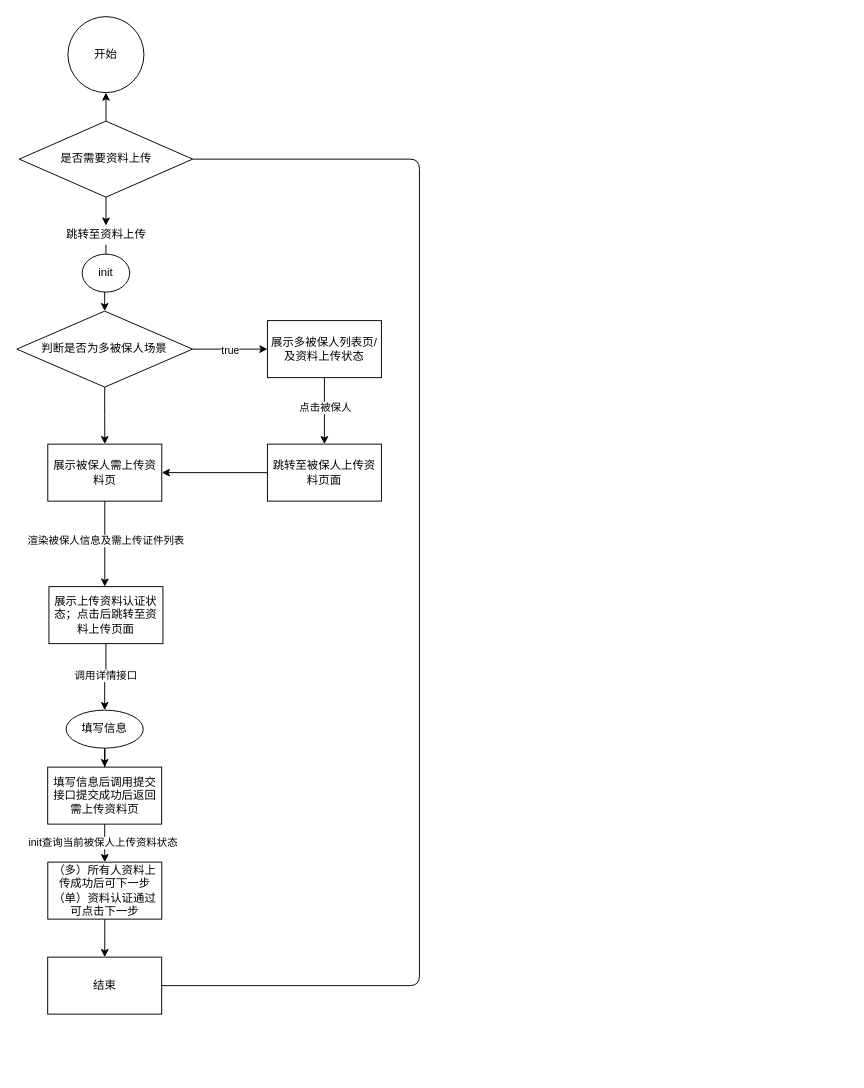
The draw.io diagram Untitled Diagram.drawio in 18845148352/Hty_zz, before the edit. Source tidied: cells renumbered, new cells numbered last; positions are measured from the earlier drawing's top-left corner, leaving out a move shared by most shapes. Both pictures are drawn from the tidied source at 95%, with x=0, y=0 at pixel (16, 16).
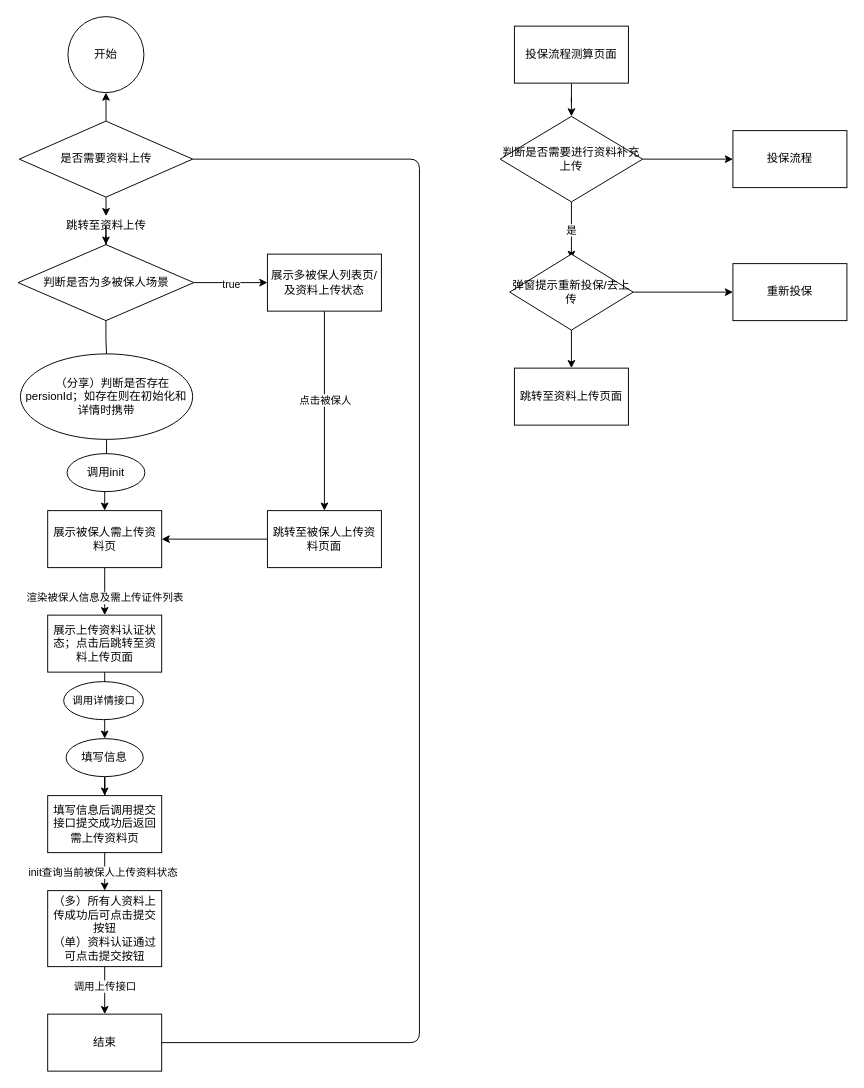
The same diagram, later.

Unchanged cells that the change refers to:
```xml
<mxCell id="5" value="是否需要资料上传" style="rhombus;whiteSpace=wrap;html=1;" parent="1" vertex="1">
  <mxGeometry x="2.8" y="110" width="182.5" height="80" as="geometry" />
</mxCell>
<mxCell id="22" style="edgeStyle=orthogonalEdgeStyle;rounded=0;jettySize=auto;html=1;" parent="1" edge="1" source="24" target="26">
  <mxGeometry relative="1" as="geometry" />
</mxCell>
<mxCell id="30" style="edgeStyle=orthogonalEdgeStyle;rounded=0;jettySize=auto;html=1;" parent="1" edge="1" source="31" target="6">
  <mxGeometry relative="1" as="geometry" />
</mxCell>
```

The edit, as a diff of the source:
```diff
@@
-    <mxCell id="4" style="edgeStyle=orthogonalEdgeStyle;rounded=0;jettySize=auto;html=1;" parent="1" edge="1" source="5" target="8">
-      <mxGeometry relative="1" as="geometry" />
+    <mxCell id="4" style="edgeStyle=orthogonalEdgeStyle;rounded=0;jettySize=auto;html=1;" parent="1" edge="1" source="5">
+      <mxGeometry relative="1" as="geometry">
+        <mxPoint x="94" y="210" as="targetPoint" />
+      </mxGeometry>
     </mxCell>
@@
     <mxCell id="6" value="结束" style="rounded=0;whiteSpace=wrap;html=1;" parent="1" vertex="1">
-      <mxGeometry x="32.7" y="990" width="120" height="60" as="geometry" />
+      <mxGeometry x="32.7" y="1050" width="120" height="60" as="geometry" />
     </mxCell>
@@
     <mxCell id="8" value="跳转至资料上传" style="text;html=1;align=center;verticalAlign=middle;points=[];strokeColor=none;fillColor=none;" parent="1" vertex="1">
-      <mxGeometry x="44" y="220" width="100" height="20" as="geometry" />
+      <mxGeometry x="44" y="210" width="100" height="20" as="geometry" />
     </mxCell>
@@
-    <mxCell id="11" style="edgeStyle=orthogonalEdgeStyle;rounded=0;jettySize=auto;html=1;" parent="1" edge="1" source="12" target="19">
+    <mxCell id="11" style="edgeStyle=orthogonalEdgeStyle;rounded=0;jettySize=auto;html=1;startArrow=none;" parent="1" edge="1" source="13" target="19">
       <mxGeometry relative="1" as="geometry" />
     </mxCell>
     <mxCell id="12" value="判断是否为多被保人场景" style="rhombus;whiteSpace=wrap;html=1;" parent="1" vertex="1">
-      <mxGeometry x="0.2" y="310" width="185" height="80" as="geometry" />
+      <mxGeometry x="1.5" y="240" width="185" height="80" as="geometry" />
     </mxCell>
-    <mxCell id="13" value="init" style="ellipse;whiteSpace=wrap;html=1;" parent="1" vertex="1">
-      <mxGeometry x="69" y="250" width="50" height="40" as="geometry" />
-    </mxCell>
@@
     <mxCell id="16" value="展示多被保人列表页/及资料上传状态" style="rounded=0;whiteSpace=wrap;html=1;" parent="1" vertex="1">
-      <mxGeometry x="264" y="320" width="120" height="60" as="geometry" />
+      <mxGeometry x="264" y="250" width="120" height="60" as="geometry" />
     </mxCell>
-    <mxCell id="17" style="edgeStyle=orthogonalEdgeStyle;rounded=0;jettySize=auto;html=1;" parent="1" edge="1" source="19">
-      <mxGeometry relative="1" as="geometry">
-        <mxPoint x="92.8" y="600" as="targetPoint" />
-      </mxGeometry>
+    <mxCell id="17" style="edgeStyle=orthogonalEdgeStyle;rounded=0;jettySize=auto;html=1;entryX=0.5;entryY=0;entryDx=0;entryDy=0;" parent="1" edge="1" source="19" target="24">
+      <mxGeometry relative="1" as="geometry" />
     </mxCell>
     <mxCell id="18" value="渲染被保人信息及需上传证件列表&lt;br&gt;" style="edgeLabel;html=1;align=center;verticalAlign=middle;" parent="17" vertex="1">
-      <mxGeometry x="-0.09" y="1" relative="1" as="geometry" />
+      <mxGeometry x="-0.09" y="1" relative="1" as="geometry">
+        <mxPoint x="-1" y="8" as="offset" />
+      </mxGeometry>
     </mxCell>
     <mxCell id="19" value="展示被保人需上传资料页&lt;br&gt;" style="whiteSpace=wrap;html=1;" parent="1" vertex="1">
-      <mxGeometry x="32.8" y="450" width="120" height="60" as="geometry" />
+      <mxGeometry x="32.7" y="520" width="120" height="60" as="geometry" />
     </mxCell>
@@
     <mxCell id="21" value="跳转至被保人上传资料页面" style="whiteSpace=wrap;html=1;rounded=0;" parent="1" vertex="1">
-      <mxGeometry x="264" y="450" width="120" height="60" as="geometry" />
+      <mxGeometry x="264" y="520" width="120" height="60" as="geometry" />
     </mxCell>
@@
-    <mxCell id="23" value="调用详情接口&lt;br&gt;" style="edgeLabel;html=1;align=center;verticalAlign=middle;" parent="22" vertex="1">
-      <mxGeometry x="-0.08" y="-1" relative="1" as="geometry" />
-    </mxCell>
     <mxCell id="24" value="展示上传资料认证状态；点击后跳转至资料上传页面" style="rounded=0;whiteSpace=wrap;html=1;" parent="1" vertex="1">
-      <mxGeometry x="34" y="600" width="120" height="60" as="geometry" />
+      <mxGeometry x="32.7" y="630" width="120" height="60" as="geometry" />
     </mxCell>
@@
     <mxCell id="26" value="填写信息" style="ellipse;whiteSpace=wrap;html=1;rounded=0;" parent="1" vertex="1">
-      <mxGeometry x="52.1" y="730" width="81.2" height="40" as="geometry" />
+      <mxGeometry x="52.1" y="760" width="81.2" height="40" as="geometry" />
     </mxCell>
@@
     <mxCell id="29" value="填写信息后调用提交接口提交成功后返回需上传资料页&lt;br&gt;" style="rounded=0;whiteSpace=wrap;html=1;" parent="1" vertex="1">
-      <mxGeometry x="32.7" y="790" width="120" height="60" as="geometry" />
+      <mxGeometry x="32.7" y="820" width="120" height="60" as="geometry" />
     </mxCell>
@@
+    <mxCell id="33" value="调用上传接口&lt;br&gt;" style="edgeLabel;html=1;align=center;verticalAlign=middle;" parent="30" vertex="1">
+      <mxGeometry x="-0.2" relative="1" as="geometry" />
+    </mxCell>
-    <mxCell id="31" value="（多）所有人资料上传成功后可下一步&lt;br&gt;（单）资料认证通过可点击下一步" style="rounded=0;whiteSpace=wrap;html=1;" parent="1" vertex="1">
-      <mxGeometry x="32.8" y="890" width="120" height="60" as="geometry" />
+    <mxCell id="31" value="（多）所有人资料上传成功后可点击提交按钮&lt;br&gt;（单）资料认证通过可点击提交按钮" style="rounded=0;whiteSpace=wrap;html=1;" parent="1" vertex="1">
+      <mxGeometry x="32.7" y="920" width="120" height="80" as="geometry" />
     </mxCell>
     <mxCell id="32" style="endArrow=none;html=1;exitX=1;exitY=0.5;exitDx=0;exitDy=0;entryX=1;entryY=0.5;entryDx=0;entryDy=0;" parent="1" edge="1" source="5" target="6">
       <mxGeometry relative="1" as="geometry">
         <Array as="points">
           <mxPoint x="424" y="150" />
           <mxPoint x="424" y="1020" />
+          <mxPoint x="424" y="1080" />
         </Array>
       </mxGeometry>
     </mxCell>
+    <mxCell id="34" style="edgeStyle=orthogonalEdgeStyle;rounded=0;jettySize=auto;html=1;" parent="1" edge="1" source="35" target="38">
+      <mxGeometry relative="1" as="geometry" />
+    </mxCell>
+    <mxCell id="35" value="投保流程测算页面" style="rounded=0;whiteSpace=wrap;html=1;" parent="1" vertex="1">
+      <mxGeometry x="524" y="10" width="120" height="60" as="geometry" />
+    </mxCell>
+    <mxCell id="36" value="是&lt;br&gt;" style="edgeStyle=orthogonalEdgeStyle;rounded=0;jettySize=auto;html=1;" parent="1" edge="1" source="38">
+      <mxGeometry relative="1" as="geometry">
+        <mxPoint x="584" y="255" as="targetPoint" />
+      </mxGeometry>
+    </mxCell>
+    <mxCell id="37" style="edgeStyle=orthogonalEdgeStyle;rounded=0;jettySize=auto;html=1;" parent="1" edge="1" source="38" target="39">
+      <mxGeometry relative="1" as="geometry" />
+    </mxCell>
+    <mxCell id="38" value="判断是否需要进行资料补充上传" style="rhombus;whiteSpace=wrap;html=1;" parent="1" vertex="1">
+      <mxGeometry x="509" y="105" width="150" height="90" as="geometry" />
+    </mxCell>
+    <mxCell id="39" value="投保流程" style="whiteSpace=wrap;html=1;" parent="1" vertex="1">
+      <mxGeometry x="754" y="120" width="120" height="60" as="geometry" />
+    </mxCell>
+    <mxCell id="40" style="edgeStyle=orthogonalEdgeStyle;rounded=0;jettySize=auto;html=1;" parent="1" edge="1" source="42" target="43">
+      <mxGeometry relative="1" as="geometry" />
+    </mxCell>
+    <mxCell id="41" style="edgeStyle=orthogonalEdgeStyle;rounded=0;jettySize=auto;html=1;" parent="1" edge="1" source="42" target="44">
+      <mxGeometry relative="1" as="geometry" />
+    </mxCell>
+    <mxCell id="42" value="&lt;span&gt;弹窗提示重新投保/去上传&lt;/span&gt;" style="rhombus;whiteSpace=wrap;html=1;" parent="1" vertex="1">
+      <mxGeometry x="519" y="250" width="130" height="80" as="geometry" />
+    </mxCell>
+    <mxCell id="43" value="跳转至资料上传页面" style="whiteSpace=wrap;html=1;" parent="1" vertex="1">
+      <mxGeometry x="524" y="370" width="120" height="60" as="geometry" />
+    </mxCell>
+    <mxCell id="44" value="重新投保&lt;br&gt;" style="whiteSpace=wrap;html=1;" parent="1" vertex="1">
+      <mxGeometry x="754" y="260" width="120" height="60" as="geometry" />
+    </mxCell>
+    <mxCell id="13" value="&amp;nbsp; &amp;nbsp; （分享）判断是否存在persionId；如存在则在初始化和详情时携带" style="ellipse;whiteSpace=wrap;html=1;" parent="1" vertex="1">
+      <mxGeometry x="4" y="355" width="181.3" height="90" as="geometry" />
+    </mxCell>
+    <mxCell id="45" style="edgeStyle=orthogonalEdgeStyle;rounded=0;jettySize=auto;html=1;endArrow=none;" parent="1" edge="1" source="12" target="13">
+      <mxGeometry relative="1" as="geometry" />
+    </mxCell>
+    <mxCell id="46" value="调用init&lt;br&gt;" style="ellipse;whiteSpace=wrap;html=1;" parent="1" vertex="1">
+      <mxGeometry x="53.1" y="460" width="81.9" height="40" as="geometry" />
+    </mxCell>
+    <mxCell id="23" value="&lt;span style=&quot;font-size: 11px ; background-color: rgb(255 , 255 , 255)&quot;&gt;调用详情接口&lt;/span&gt;" style="ellipse;whiteSpace=wrap;html=1;" parent="1" vertex="1">
+      <mxGeometry x="49.5" y="700" width="83.9" height="40" as="geometry" />
+    </mxCell>
```
